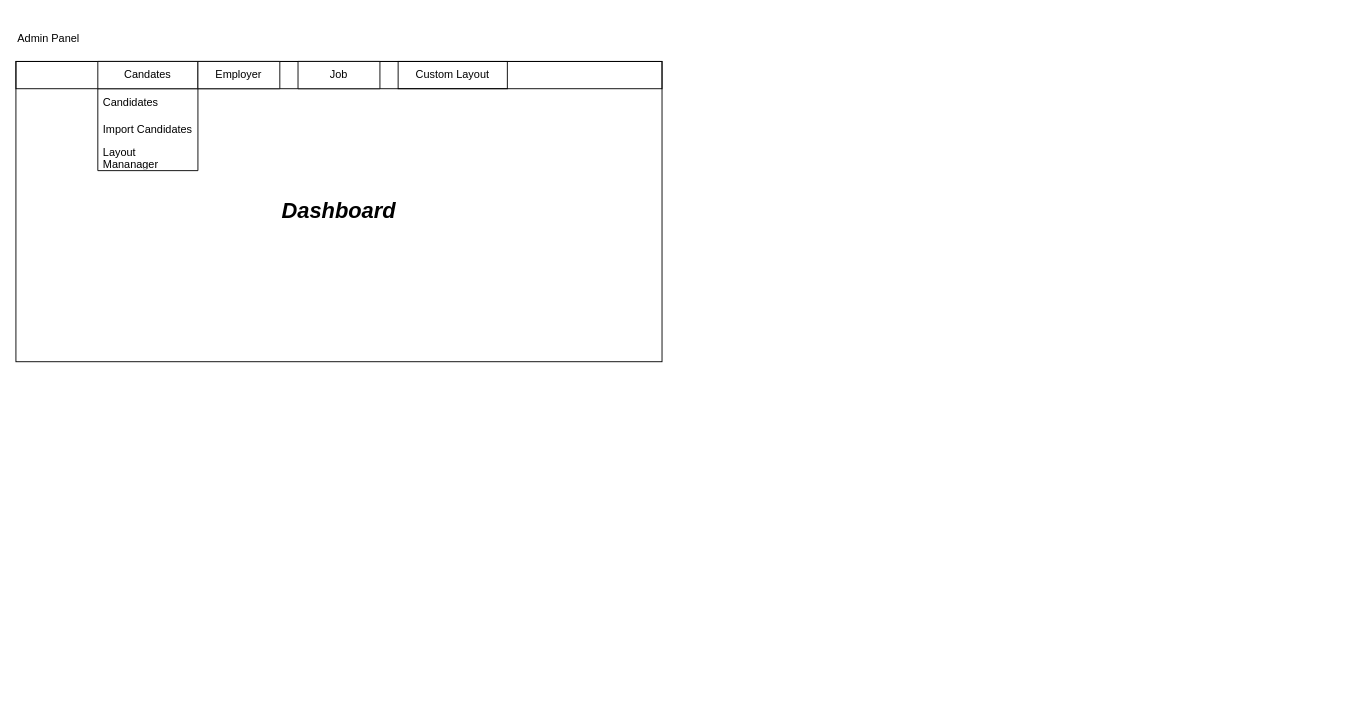
Earlier version of the draw.io diagram Mascev.drawio (cecyours/WebGrp). Source tidied: cells renumbered, new cells numbered last; positions are measured from the earlier drawing's top-left corner, leaving out a move shared by most shapes. Both pictures are drawn from the tidied source at 91%, with x=0, y=0 at pixel (15, 25).
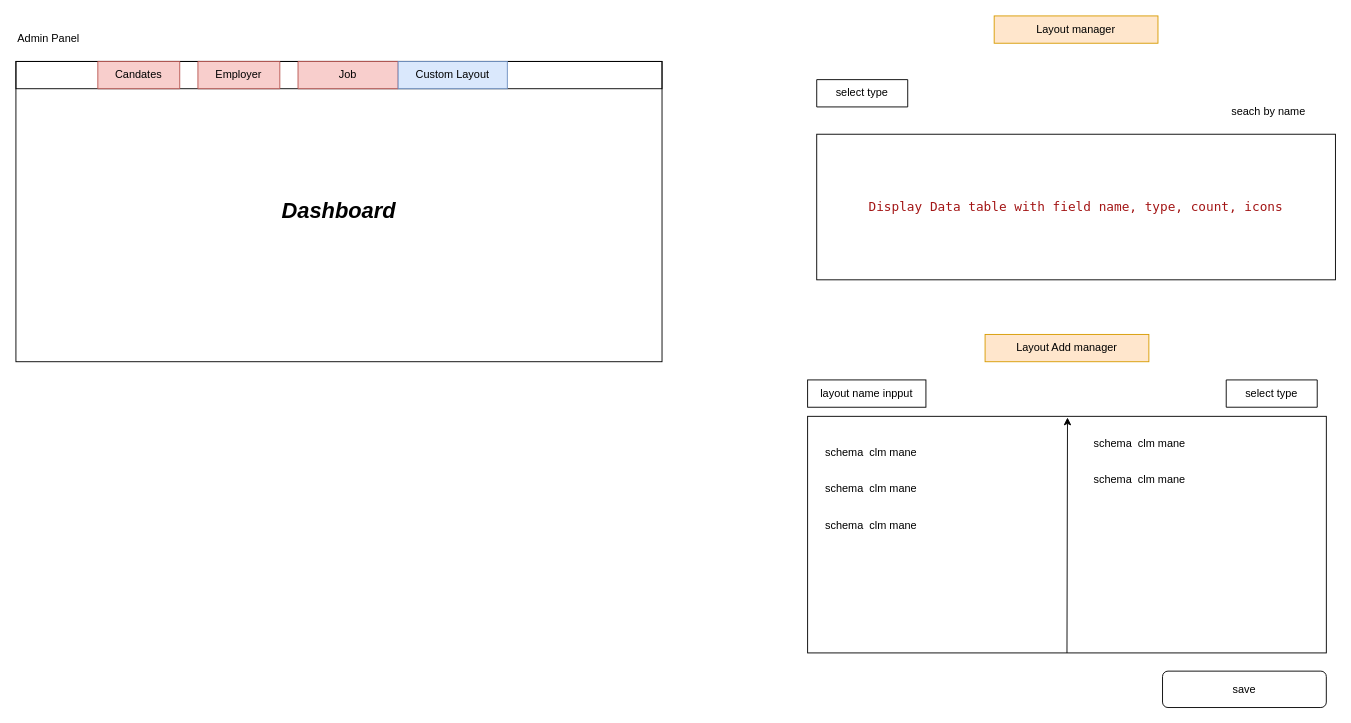
Above is the later version.

What changed in the source:
```diff
@@
-    <mxCell id="5" value="Candates" style="swimlane;fontStyle=0;horizontal=1;startSize=30;whiteSpace=wrap;html=1;" parent="1" vertex="1">
-      <mxGeometry x="90" y="40" width="110" height="120" as="geometry" />
+    <mxCell id="5" value="Candates" style="swimlane;fontStyle=0;horizontal=1;startSize=30;whiteSpace=wrap;html=1;fillColor=#f8cecc;strokeColor=#b85450;" parent="1" vertex="1" collapsed="1">
+      <mxGeometry x="90" y="40" width="90" height="30" as="geometry" />
     </mxCell>
-    <mxCell id="6" value="Candidates" style="text;strokeColor=none;fillColor=none;align=left;verticalAlign=middle;spacingLeft=4;spacingRight=4;overflow=hidden;whiteSpace=wrap;html=1;" parent="5" vertex="1">
-      <mxGeometry y="30" width="110" height="30" as="geometry" />
-    </mxCell>
-    <mxCell id="7" value="Import Candidates" style="text;strokeColor=none;fillColor=none;align=left;verticalAlign=middle;spacingLeft=4;spacingRight=4;overflow=hidden;whiteSpace=wrap;html=1;" parent="5" vertex="1">
-      <mxGeometry y="60" width="110" height="30" as="geometry" />
-    </mxCell>
-    <mxCell id="8" value="Layout Mananager" style="text;strokeColor=none;fillColor=none;align=left;verticalAlign=middle;spacingLeft=4;spacingRight=4;overflow=hidden;whiteSpace=wrap;html=1;" parent="5" vertex="1">
-      <mxGeometry y="90" width="110" height="30" as="geometry" />
-    </mxCell>
-    <mxCell id="9" value="Employer" style="swimlane;fontStyle=0;horizontal=1;startSize=30;whiteSpace=wrap;html=1;" parent="1" vertex="1" collapsed="1">
+    <mxCell id="9" value="Employer" style="swimlane;fontStyle=0;horizontal=1;startSize=30;whiteSpace=wrap;html=1;fillColor=#f8cecc;strokeColor=#b85450;" parent="1" vertex="1" collapsed="1">
       <mxGeometry x="200" y="40" width="90" height="30" as="geometry" />
     </mxCell>
-    <mxCell id="10" value="Job" style="swimlane;fontStyle=0;horizontal=1;startSize=30;whiteSpace=wrap;html=1;" parent="1" vertex="1" collapsed="1">
-      <mxGeometry x="310" y="40" width="90" height="30" as="geometry" />
+    <mxCell id="10" value="Job" style="swimlane;fontStyle=0;horizontal=1;startSize=30;whiteSpace=wrap;html=1;fillColor=#f8cecc;strokeColor=#b85450;" parent="1" vertex="1" collapsed="1">
+      <mxGeometry x="310" y="40" width="110" height="30" as="geometry" />
     </mxCell>
-    <mxCell id="11" value="Custom Layout" style="rounded=0;whiteSpace=wrap;html=1;fillColor=none;" parent="1" vertex="1">
+    <mxCell id="11" value="Custom Layout" style="rounded=0;whiteSpace=wrap;html=1;fillColor=#dae8fc;strokeColor=#6c8ebf;" parent="1" vertex="1">
       <mxGeometry x="420" y="40" width="120" height="30" as="geometry" />
     </mxCell>
+    <mxCell id="12" value="&lt;div style=&quot;color: rgb(0, 0, 0); background-color: rgb(255, 255, 255); font-family: &amp;quot;Droid Sans Mono&amp;quot;, &amp;quot;monospace&amp;quot;, monospace; font-weight: normal; font-size: 14px; line-height: 19px; white-space: pre;&quot;&gt;&lt;div&gt;&lt;span style=&quot;color: rgb(163, 21, 21);&quot;&gt;Display Data table with field name, type, count, icons&lt;/span&gt;&lt;/div&gt;&lt;/div&gt;" style="rounded=0;whiteSpace=wrap;html=1;fillColor=none;" parent="1" vertex="1">
+      <mxGeometry x="880" y="120" width="570" height="160" as="geometry" />
+    </mxCell>
+    <mxCell id="13" value="seach by name" style="text;strokeColor=none;fillColor=none;align=left;verticalAlign=middle;spacingLeft=4;spacingRight=4;overflow=hidden;whiteSpace=wrap;html=1;" parent="1" vertex="1">
+      <mxGeometry x="1330" y="80" width="120" height="30" as="geometry" />
+    </mxCell>
+    <mxCell id="14" value="Layout manager" style="text;html=1;align=center;verticalAlign=middle;whiteSpace=wrap;rounded=0;fillColor=#ffe6cc;strokeColor=#d79b00;" parent="1" vertex="1">
+      <mxGeometry x="1075" y="-10" width="180" height="30" as="geometry" />
+    </mxCell>
+    <mxCell id="15" value="select type" style="swimlane;fontStyle=0;horizontal=1;startSize=30;whiteSpace=wrap;html=1;" parent="1" vertex="1" collapsed="1">
+      <mxGeometry x="880" y="60" width="100" height="30" as="geometry" />
+    </mxCell>
+    <mxCell id="16" value="&lt;div style=&quot;color: rgb(0, 0, 0); background-color: rgb(255, 255, 255); font-family: &amp;quot;Droid Sans Mono&amp;quot;, &amp;quot;monospace&amp;quot;, monospace; font-weight: normal; font-size: 14px; line-height: 19px; white-space: pre;&quot;&gt;&lt;br&gt;&lt;/div&gt;" style="rounded=0;whiteSpace=wrap;html=1;fillColor=none;" parent="1" vertex="1">
+      <mxGeometry x="870" y="430" width="570" height="260" as="geometry" />
+    </mxCell>
+    <mxCell id="17" value="Layout Add manager" style="text;html=1;align=center;verticalAlign=middle;whiteSpace=wrap;rounded=0;fillColor=#ffe6cc;strokeColor=#d79b00;" parent="1" vertex="1">
+      <mxGeometry x="1065" y="340" width="180" height="30" as="geometry" />
+    </mxCell>
+    <mxCell id="18" style="endArrow=classic;html=1;rounded=0;exitX=0.5;exitY=1;exitDx=0;exitDy=0;entryX=0.501;entryY=0.005;entryDx=0;entryDy=0;entryPerimeter=0;" parent="1" edge="1" source="16" target="16">
+      <mxGeometry relative="1" as="geometry" />
+    </mxCell>
+    <mxCell id="19" value="select type" style="swimlane;fontStyle=0;horizontal=1;startSize=30;whiteSpace=wrap;html=1;" parent="1" vertex="1" collapsed="1">
+      <mxGeometry x="1330" y="390" width="100" height="30" as="geometry" />
+    </mxCell>
+    <mxCell id="20" value="schema&amp;nbsp; clm mane" style="text;html=1;align=center;verticalAlign=middle;whiteSpace=wrap;rounded=0;" parent="1" vertex="1">
+      <mxGeometry x="1175" y="445" width="120" height="30" as="geometry" />
+    </mxCell>
+    <mxCell id="21" value="save" style="rounded=1;whiteSpace=wrap;html=1;" parent="1" vertex="1">
+      <mxGeometry x="1260" y="710" width="180" height="40" as="geometry" />
+    </mxCell>
+    <mxCell id="22" value="layout name inpput" style="rounded=0;whiteSpace=wrap;html=1;" parent="1" vertex="1">
+      <mxGeometry x="870" y="390" width="130" height="30" as="geometry" />
+    </mxCell>
+    <mxCell id="23" value="schema&amp;nbsp; clm mane" style="text;html=1;align=center;verticalAlign=middle;whiteSpace=wrap;rounded=0;" parent="1" vertex="1">
+      <mxGeometry x="1175" y="485" width="120" height="30" as="geometry" />
+    </mxCell>
+    <mxCell id="24" value="schema&amp;nbsp; clm mane" style="text;html=1;align=center;verticalAlign=middle;whiteSpace=wrap;rounded=0;" parent="1" vertex="1">
+      <mxGeometry x="880" y="455" width="120" height="30" as="geometry" />
+    </mxCell>
+    <mxCell id="25" value="schema&amp;nbsp; clm mane" style="text;html=1;align=center;verticalAlign=middle;whiteSpace=wrap;rounded=0;" parent="1" vertex="1">
+      <mxGeometry x="880" y="495" width="120" height="30" as="geometry" />
+    </mxCell>
+    <mxCell id="26" value="schema&amp;nbsp; clm mane" style="text;html=1;align=center;verticalAlign=middle;whiteSpace=wrap;rounded=0;" parent="1" vertex="1">
+      <mxGeometry x="880" y="535" width="120" height="30" as="geometry" />
+    </mxCell>
```
